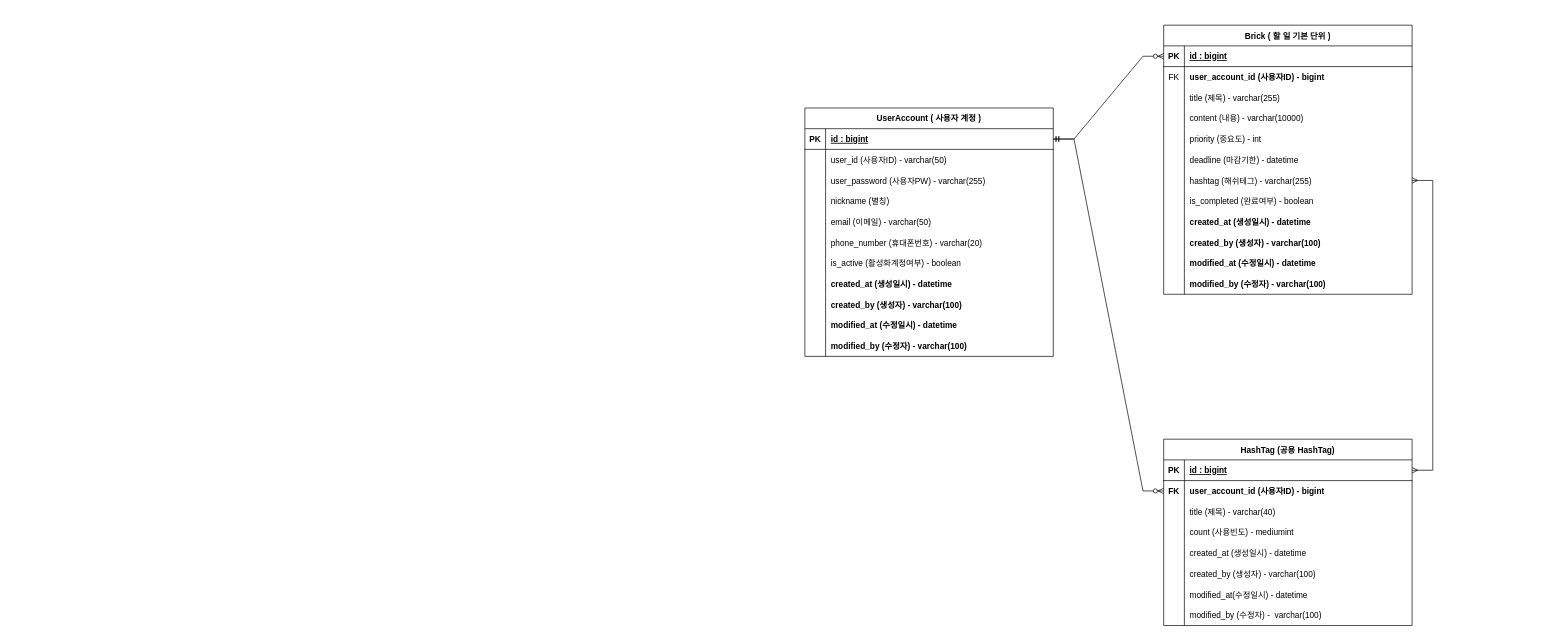
Above: Brick/ERD/Brick_ER_Diagram.drawio in imimtu/Documents (draw.io), before the change. Source tidied: cells renumbered, new cells numbered last; positions are measured from the earlier drawing's top-left corner, leaving out a move shared by most shapes. Both pictures are drawn from the tidied source at 69%, with x=0, y=0 at pixel (11, 25).
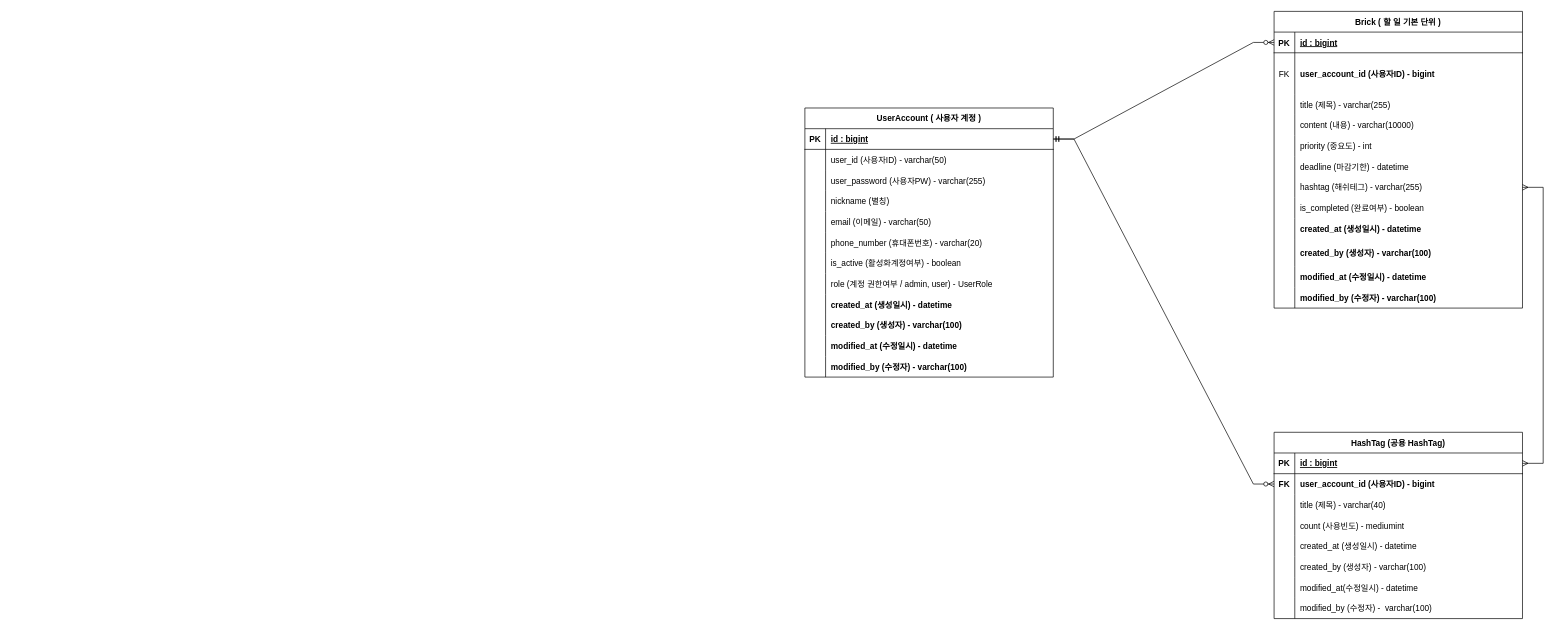
Above is the later version.

Commit message:
Brick_ER_Diagram.drawio 업데이트 - UserRole 추가

Diff of the diagram source:
```diff
@@
     <mxCell id="2" value="UserAccount ( 사용자 계정 )" style="shape=table;startSize=30;childLayout=tableLayout;rowLines=0;fontStyle=1;align=center;" parent="1" vertex="1">
-      <mxGeometry x="1150" y="120" width="360" height="360" as="geometry" />
+      <mxGeometry x="1150" y="120" width="360" height="390" as="geometry" />
     </mxCell>
@@
+    <mxCell id="105" style="shape=tableRow;horizontal=0;startSize=0;swimlaneHead=0;swimlaneBody=0;fillColor=none;top=0;left=0;right=0;bottom=0;" parent="2" vertex="1">
+      <mxGeometry y="240" width="360" height="30" as="geometry" />
+    </mxCell>
+    <mxCell id="106" style="shape=partialRectangle;fillColor=none;top=0;left=0;bottom=0;right=0;overflow=hidden;" parent="105" vertex="1">
+      <mxGeometry width="30" height="30" as="geometry" />
+    </mxCell>
+    <mxCell id="107" value="role (계정 권한여부 / admin, user) - UserRole" style="shape=partialRectangle;fillColor=none;top=0;left=0;bottom=0;right=0;align=left;spacingLeft=6;overflow=hidden;" parent="105" vertex="1">
+      <mxGeometry x="30" width="330" height="30" as="geometry" />
+    </mxCell>
     <mxCell id="24" style="shape=tableRow;horizontal=0;startSize=0;swimlaneHead=0;swimlaneBody=0;fillColor=none;top=0;left=0;right=0;bottom=0;" parent="2" vertex="1">
-      <mxGeometry y="240" width="360" height="30" as="geometry" />
+      <mxGeometry y="270" width="360" height="30" as="geometry" />
     </mxCell>
@@
     <mxCell id="27" style="shape=tableRow;horizontal=0;startSize=0;swimlaneHead=0;swimlaneBody=0;fillColor=none;top=0;left=0;right=0;bottom=0;" parent="2" vertex="1">
-      <mxGeometry y="270" width="360" height="30" as="geometry" />
+      <mxGeometry y="300" width="360" height="30" as="geometry" />
     </mxCell>
@@
     <mxCell id="30" style="shape=tableRow;horizontal=0;startSize=0;swimlaneHead=0;swimlaneBody=0;fillColor=none;top=0;left=0;right=0;bottom=0;" parent="2" vertex="1">
-      <mxGeometry y="300" width="360" height="30" as="geometry" />
+      <mxGeometry y="330" width="360" height="30" as="geometry" />
     </mxCell>
@@
     <mxCell id="33" style="shape=tableRow;horizontal=0;startSize=0;swimlaneHead=0;swimlaneBody=0;fillColor=none;top=0;left=0;right=0;bottom=0;" parent="2" vertex="1">
-      <mxGeometry y="330" width="360" height="30" as="geometry" />
+      <mxGeometry y="360" width="360" height="30" as="geometry" />
     </mxCell>
@@
     <mxCell id="36" value="Brick ( 할 일 기본 단위 )" style="shape=table;startSize=30;childLayout=tableLayout;rowLines=0;fontStyle=1;align=center;" parent="1" vertex="1">
-      <mxGeometry x="1670" width="360" height="390" as="geometry" />
+      <mxGeometry x="1830" y="-20" width="360" height="430" as="geometry" />
     </mxCell>
@@
     <mxCell id="40" style="shape=tableRow;horizontal=0;startSize=0;swimlaneHead=0;swimlaneBody=0;fillColor=none;top=0;left=0;right=0;bottom=0;" parent="36" vertex="1">
-      <mxGeometry y="60" width="360" height="30" as="geometry" />
+      <mxGeometry y="60" width="360" height="60" as="geometry" />
     </mxCell>
     <mxCell id="41" value="FK" style="shape=partialRectangle;fillColor=none;top=0;left=0;bottom=0;right=0;overflow=hidden;" parent="40" vertex="1">
-      <mxGeometry width="30" height="30" as="geometry" />
+      <mxGeometry width="30" height="60" as="geometry" />
     </mxCell>
     <mxCell id="42" value="user_account_id (사용자ID) - bigint" style="shape=partialRectangle;fillColor=none;top=0;left=0;bottom=0;right=0;align=left;spacingLeft=6;overflow=hidden;fontStyle=1;" parent="40" vertex="1">
-      <mxGeometry x="30" width="330" height="30" as="geometry" />
+      <mxGeometry x="30" width="330" height="60" as="geometry" />
     </mxCell>
     <mxCell id="43" style="shape=tableRow;horizontal=0;startSize=0;swimlaneHead=0;swimlaneBody=0;fillColor=none;top=0;left=0;right=0;bottom=0;" parent="36" vertex="1">
-      <mxGeometry y="90" width="360" height="30" as="geometry" />
+      <mxGeometry y="120" width="360" height="30" as="geometry" />
     </mxCell>
@@
     <mxCell id="46" style="shape=tableRow;horizontal=0;startSize=0;swimlaneHead=0;swimlaneBody=0;fillColor=none;top=0;left=0;right=0;bottom=0;" parent="36" vertex="1">
-      <mxGeometry y="120" width="360" height="30" as="geometry" />
+      <mxGeometry y="150" width="360" height="30" as="geometry" />
     </mxCell>
@@
     <mxCell id="49" style="shape=tableRow;horizontal=0;startSize=0;swimlaneHead=0;swimlaneBody=0;fillColor=none;top=0;left=0;right=0;bottom=0;" parent="36" vertex="1">
-      <mxGeometry y="150" width="360" height="30" as="geometry" />
+      <mxGeometry y="180" width="360" height="30" as="geometry" />
     </mxCell>
@@
     <mxCell id="52" style="shape=tableRow;horizontal=0;startSize=0;swimlaneHead=0;swimlaneBody=0;fillColor=none;top=0;left=0;right=0;bottom=0;" parent="36" vertex="1">
-      <mxGeometry y="180" width="360" height="30" as="geometry" />
+      <mxGeometry y="210" width="360" height="30" as="geometry" />
     </mxCell>
@@
     <mxCell id="55" style="shape=tableRow;horizontal=0;startSize=0;swimlaneHead=0;swimlaneBody=0;fillColor=none;points=[[0,0.5],[1,0.5]];portConstraint=eastwest;top=0;left=0;right=0;bottom=0;" parent="36" vertex="1">
-      <mxGeometry y="210" width="360" height="30" as="geometry" />
+      <mxGeometry y="240" width="360" height="30" as="geometry" />
     </mxCell>
@@
     <mxCell id="58" style="shape=tableRow;horizontal=0;startSize=0;swimlaneHead=0;swimlaneBody=0;fillColor=none;top=0;left=0;right=0;bottom=0;" parent="36" vertex="1">
-      <mxGeometry y="240" width="360" height="30" as="geometry" />
+      <mxGeometry y="270" width="360" height="30" as="geometry" />
     </mxCell>
@@
     <mxCell id="61" style="shape=tableRow;horizontal=0;startSize=0;swimlaneHead=0;swimlaneBody=0;fillColor=none;top=0;left=0;right=0;bottom=0;" parent="36" vertex="1">
-      <mxGeometry y="270" width="360" height="30" as="geometry" />
+      <mxGeometry y="300" width="360" height="30" as="geometry" />
     </mxCell>
@@
     <mxCell id="64" style="shape=tableRow;horizontal=0;startSize=0;swimlaneHead=0;swimlaneBody=0;fillColor=none;top=0;left=0;right=0;bottom=0;" parent="36" vertex="1">
-      <mxGeometry y="300" width="360" height="30" as="geometry" />
+      <mxGeometry y="330" width="360" height="40" as="geometry" />
     </mxCell>
     <mxCell id="65" style="shape=partialRectangle;fillColor=none;top=0;left=0;bottom=0;right=0;overflow=hidden;" parent="64" vertex="1">
-      <mxGeometry width="30" height="30" as="geometry" />
+      <mxGeometry width="30" height="40" as="geometry" />
     </mxCell>
     <mxCell id="66" value="created_by (생성자) - varchar(100)" style="shape=partialRectangle;fillColor=none;top=0;left=0;bottom=0;right=0;align=left;spacingLeft=6;overflow=hidden;fontStyle=1;" parent="64" vertex="1">
-      <mxGeometry x="30" width="330" height="30" as="geometry" />
+      <mxGeometry x="30" width="330" height="40" as="geometry" />
     </mxCell>
     <mxCell id="67" style="shape=tableRow;horizontal=0;startSize=0;swimlaneHead=0;swimlaneBody=0;fillColor=none;top=0;left=0;right=0;bottom=0;" parent="36" vertex="1">
-      <mxGeometry y="330" width="360" height="30" as="geometry" />
+      <mxGeometry y="370" width="360" height="30" as="geometry" />
     </mxCell>
@@
     <mxCell id="70" style="shape=tableRow;horizontal=0;startSize=0;swimlaneHead=0;swimlaneBody=0;fillColor=none;top=0;left=0;right=0;bottom=0;" parent="36" vertex="1">
-      <mxGeometry y="360" width="360" height="30" as="geometry" />
+      <mxGeometry y="400" width="360" height="30" as="geometry" />
     </mxCell>
@@
     <mxCell id="78" value="HashTag (공용 HashTag)" style="shape=table;startSize=30;childLayout=tableLayout;rowLines=0;fontStyle=1;align=center;" parent="1" vertex="1">
-      <mxGeometry x="1670" y="600" width="360" height="270" as="geometry" />
+      <mxGeometry x="1830" y="590" width="360" height="270" as="geometry" />
     </mxCell>
```
